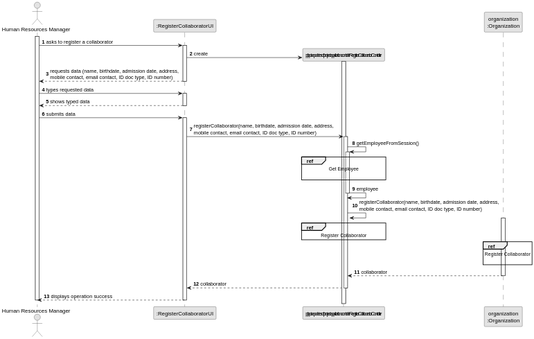
Before: docs/sprint2/us003/03.design/svg/us003-sequence-diagram-split.svg, a diagram exported from PlantUML (tiagosoa/lei-24-s2-1dgh-g073).
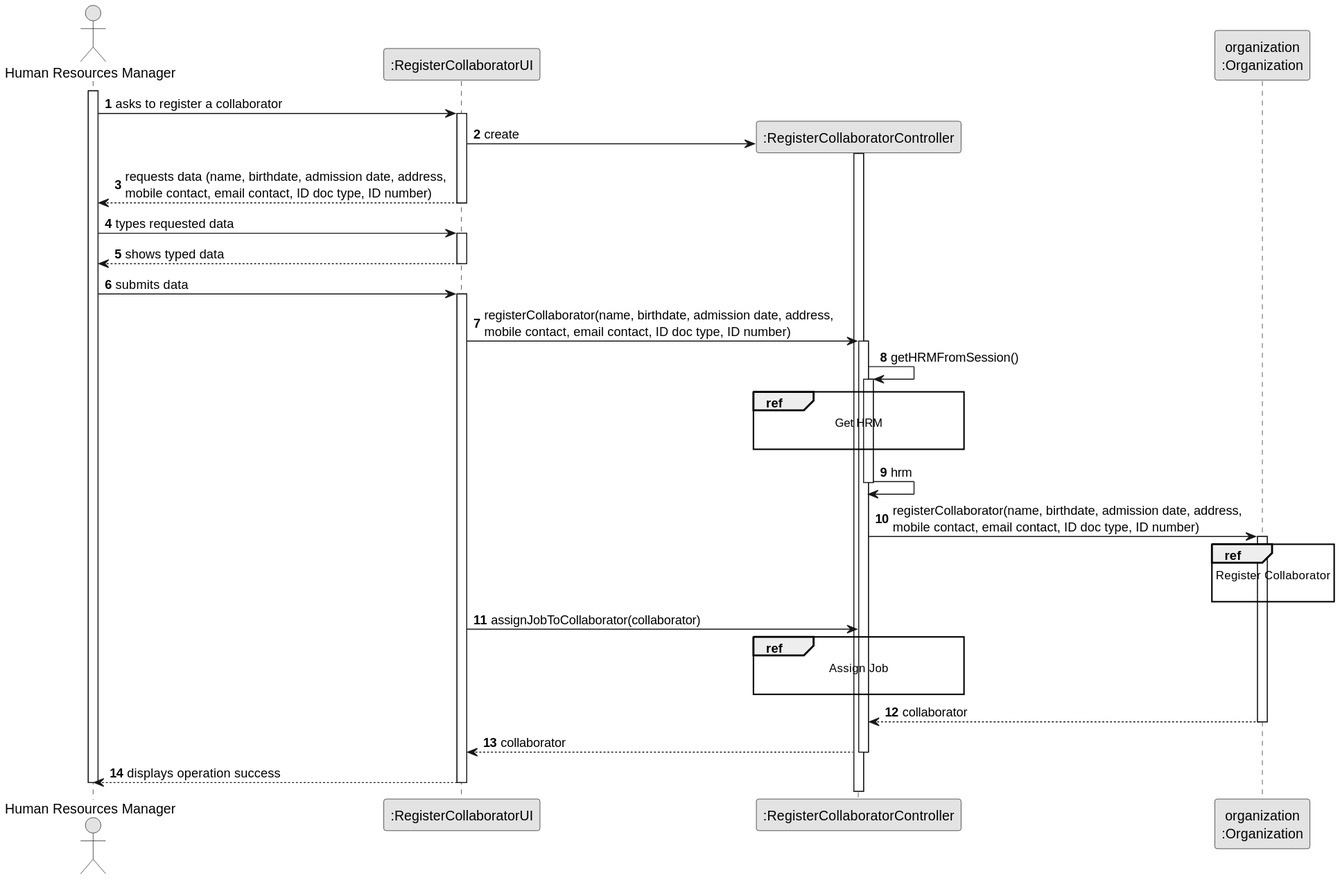
The same diagram one commit later.

Diff of the diagram source:
```diff
@@ -35,27 +35,34 @@
         UI -> CTRL : registerCollaborator(name, birthdate, admission date, address, \nmobile contact, email contact, ID doc type, ID number)
         activate CTRL
 
-            CTRL -> CTRL : getEmployeeFromSession()
+            CTRL -> CTRL : getHRMFromSession()
             activate CTRL
 
                 ref over CTRL
-                    Get Employee
+                    Get HRM
 
                 end ref
-                CTRL -> CTRL : employee
+                CTRL -> CTRL : hrm
             deactivate CTRL
 
-            CTRL -> CTRL: registerCollaborator(name, birthdate, admission date, address, \nmobile contact, email contact, ID doc type, ID number)
+
+
+
+            CTRL -> ORG: registerCollaborator(name, birthdate, admission date, address, \nmobile contact, email contact, ID doc type, ID number)
             activate ORG
 
-                ref over CTRL
-                    Register Collaborator
-                end
+
 
                                 ref over ORG
                                     Register Collaborator
 
                 end
+                 UI -> CTRL: assignJobToCollaborator(collaborator)
+
+                                                ref over CTRL
+                                                    Assign Job
+
+                                end
 
                 ORG --> CTRL : collaborator
             deactivate ORG
```
